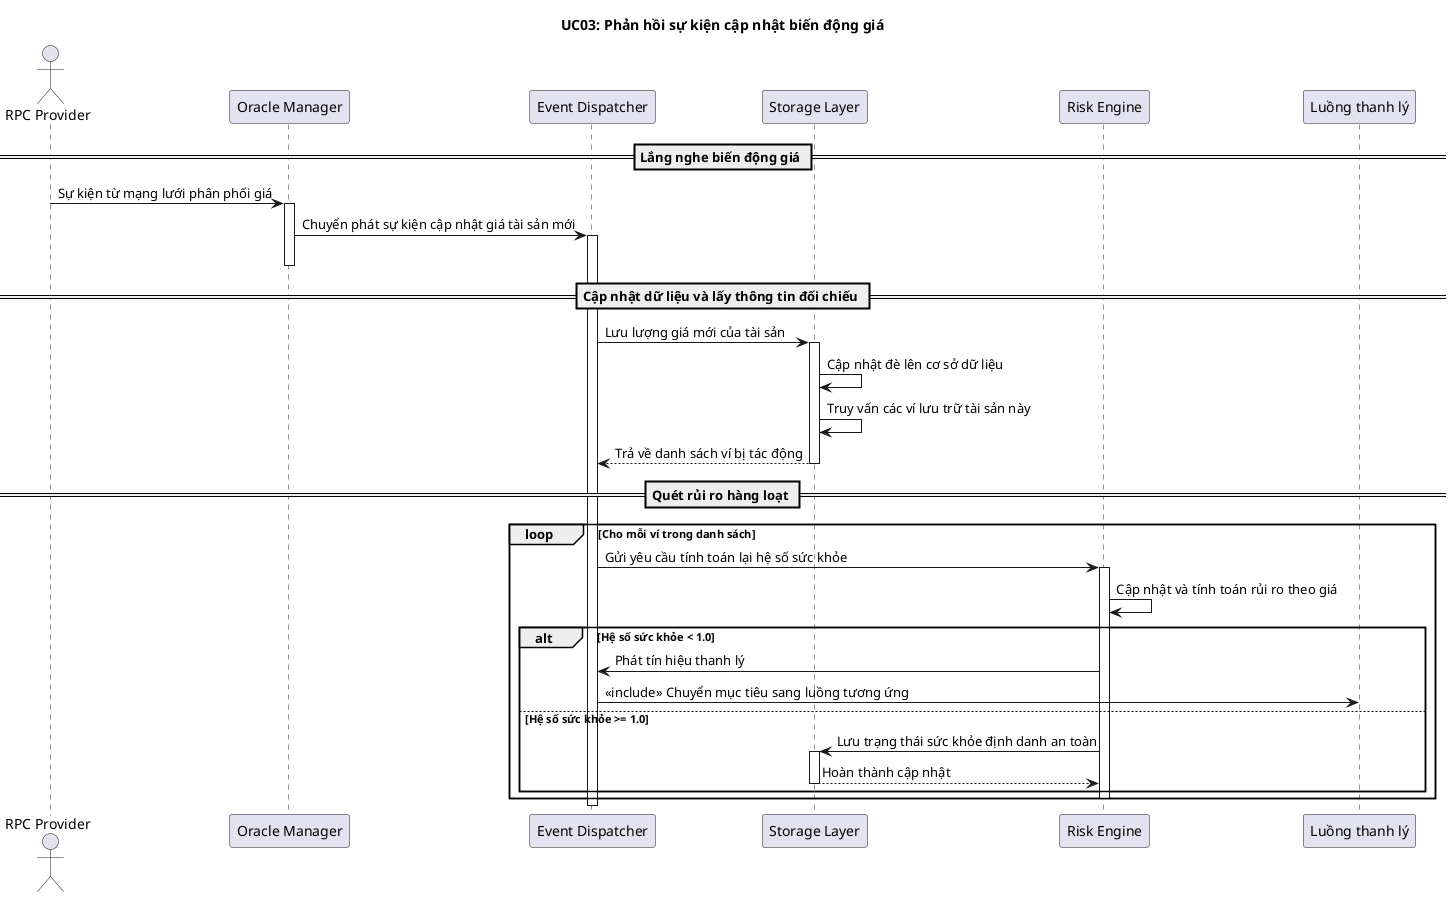
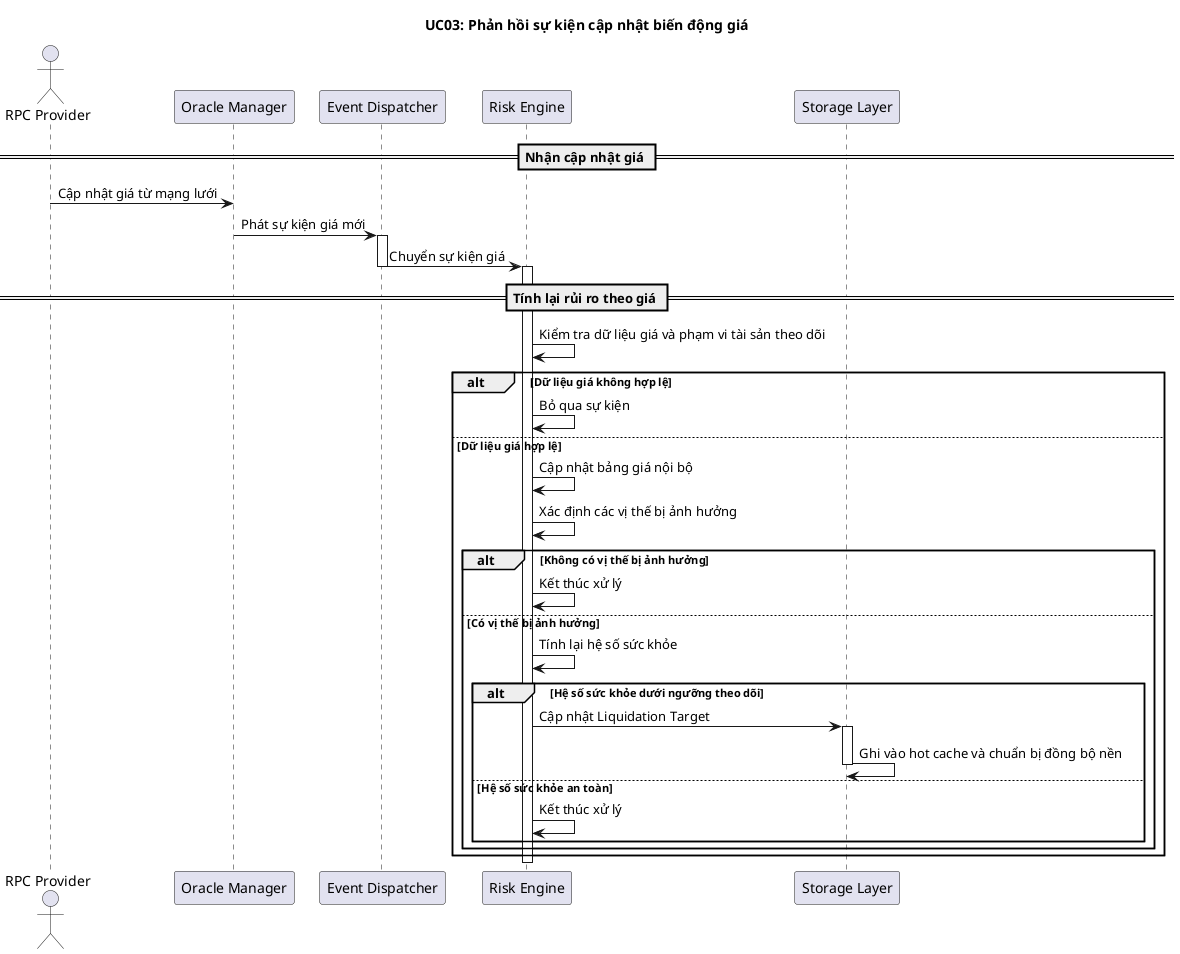
﻿@startuml
title UC03: Phản hồi sự kiện cập nhật biến động giá

actor "RPC Provider" as RPC
participant "Oracle Manager" as Oracle
- participant "Event Dispatcher" as DP
+ participant "Event Dispatcher" as Dispatcher
+ participant "Risk Engine" as Risk
participant "Storage Layer" as Storage
- participant "Risk Engine" as RE
- participant "Luồng thanh lý" as Pipeline

- == Lắng nghe biến động giá ==
- RPC -> Oracle: Sự kiện từ mạng lưới phân phối giá
- activate Oracle
- Oracle -> DP: Chuyển phát sự kiện cập nhật giá tài sản mới
- activate DP
- deactivate Oracle
+ == Nhận cập nhật giá ==
+ RPC -> Oracle: Cập nhật giá từ mạng lưới
+ Oracle -> Dispatcher: Phát sự kiện giá mới
+ activate Dispatcher
+ Dispatcher -> Risk: Chuyển sự kiện giá
+ deactivate Dispatcher

- == Cập nhật dữ liệu và lấy thông tin đối chiếu ==
- DP -> Storage: Lưu lượng giá mới của tài sản
- activate Storage
- Storage -> Storage: Cập nhật đè lên cơ sở dữ liệu
- Storage -> Storage: Truy vấn các ví lưu trữ tài sản này
- Storage --> DP: Trả về danh sách ví bị tác động
- deactivate Storage
+ == Tính lại rủi ro theo giá ==
+ activate Risk
+ Risk -> Risk: Kiểm tra dữ liệu giá và phạm vi tài sản theo dõi
+ alt Dữ liệu giá không hợp lệ
+     Risk -> Risk: Bỏ qua sự kiện
+ else Dữ liệu giá hợp lệ
+     Risk -> Risk: Cập nhật bảng giá nội bộ
+     Risk -> Risk: Xác định các vị thế bị ảnh hưởng

- == Quét rủi ro hàng loạt ==
- loop Cho mỗi ví trong danh sách
-     DP -> RE: Gửi yêu cầu tính toán lại hệ số sức khỏe
-     activate RE
-     RE -> RE: Cập nhật và tính toán rủi ro theo giá
+     alt Không có vị thế bị ảnh hưởng
+         Risk -> Risk: Kết thúc xử lý
+     else Có vị thế bị ảnh hưởng
+         Risk -> Risk: Tính lại hệ số sức khỏe

-     alt Hệ số sức khỏe < 1.0
-         RE -> DP: Phát tín hiệu thanh lý
-         DP -> Pipeline: <<include>> Chuyển mục tiêu sang luồng tương ứng
-     else Hệ số sức khỏe >= 1.0
-         RE -> Storage: Lưu trạng thái sức khỏe định danh an toàn
-         activate Storage
-         Storage --> RE: Hoàn thành cập nhật
-         deactivate Storage
+         alt Hệ số sức khỏe dưới ngưỡng theo dõi
+             Risk -> Storage: Cập nhật Liquidation Target
+             activate Storage
+             Storage -> Storage: Ghi vào hot cache và chuẩn bị đồng bộ nền
+             deactivate Storage
+         else Hệ số sức khỏe an toàn
+             Risk -> Risk: Kết thúc xử lý
+         end
    end
-     deactivate RE
end
- 
- deactivate DP
+ deactivate Risk
@enduml
